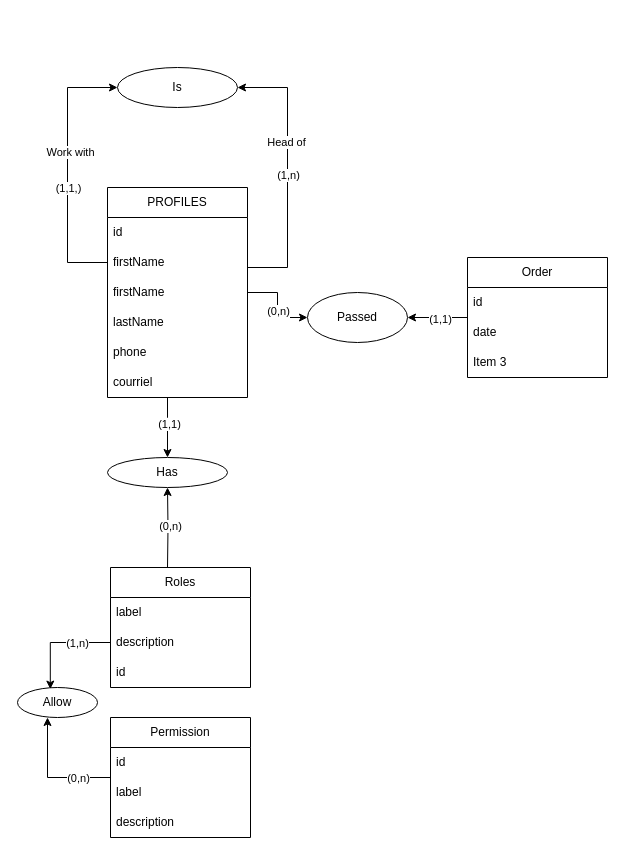
Earlier version of the draw.io diagram page "MCD" (1 of 2) of gestion-commerciale.drawio (LorinceTawamba/gestion-commerciale). Source tidied: cells renumbered, new cells numbered last; positions are measured from the earlier drawing's top-left corner, leaving out a move shared by most shapes. Both pictures are drawn from the tidied source at 100%, with x=0, y=0 at pixel (17, 67).
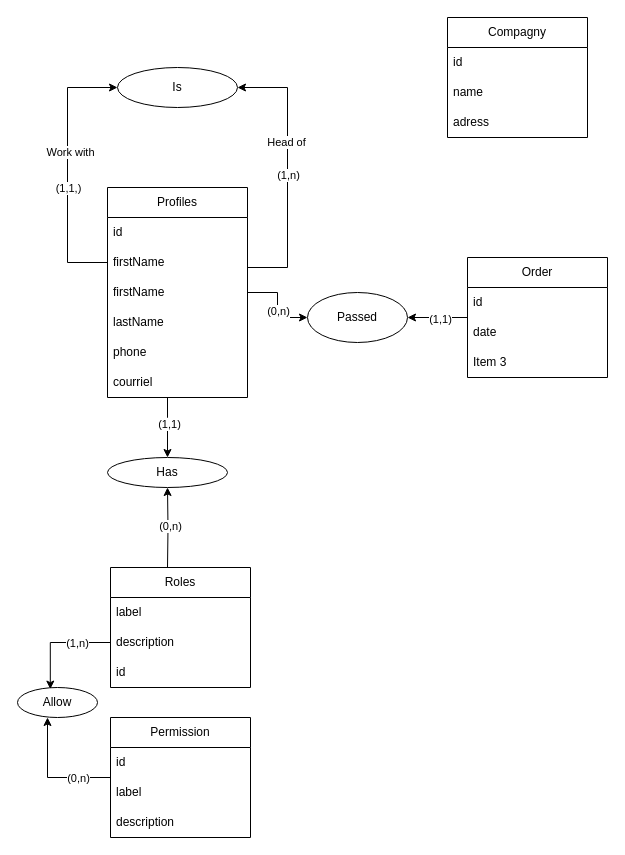
The same diagram, later.

Commit message:
Mettre à jour gestion-commerciale.drawio

The edit, as a diff of the source:
```diff
@@
-    <mxCell id="9" value="PROFILES" style="swimlane;fontStyle=0;horizontal=1;startSize=30;whiteSpace=wrap;html=1;" parent="1" vertex="1">
+    <mxCell id="9" value="Profiles" style="swimlane;fontStyle=0;horizontal=1;startSize=30;whiteSpace=wrap;html=1;" parent="1" vertex="1">
       <mxGeometry x="90" y="120" width="140" height="210" as="geometry" />
     </mxCell>
@@
+    <mxCell id="43" value="Compagny" style="swimlane;fontStyle=0;horizontal=1;startSize=30;whiteSpace=wrap;html=1;" parent="1" vertex="1">
+      <mxGeometry x="430" y="-50" width="140" height="120" as="geometry" />
+    </mxCell>
+    <mxCell id="44" value="id" style="text;strokeColor=none;fillColor=none;align=left;verticalAlign=middle;spacingLeft=4;spacingRight=4;overflow=hidden;whiteSpace=wrap;html=1;" parent="43" vertex="1">
+      <mxGeometry y="30" width="140" height="30" as="geometry" />
+    </mxCell>
+    <mxCell id="45" value="name" style="text;strokeColor=none;fillColor=none;align=left;verticalAlign=middle;spacingLeft=4;spacingRight=4;overflow=hidden;whiteSpace=wrap;html=1;" parent="43" vertex="1">
+      <mxGeometry y="60" width="140" height="30" as="geometry" />
+    </mxCell>
+    <mxCell id="46" value="adress" style="text;strokeColor=none;fillColor=none;align=left;verticalAlign=middle;spacingLeft=4;spacingRight=4;overflow=hidden;whiteSpace=wrap;html=1;" parent="43" vertex="1">
+      <mxGeometry y="90" width="140" height="30" as="geometry" />
+    </mxCell>
```
